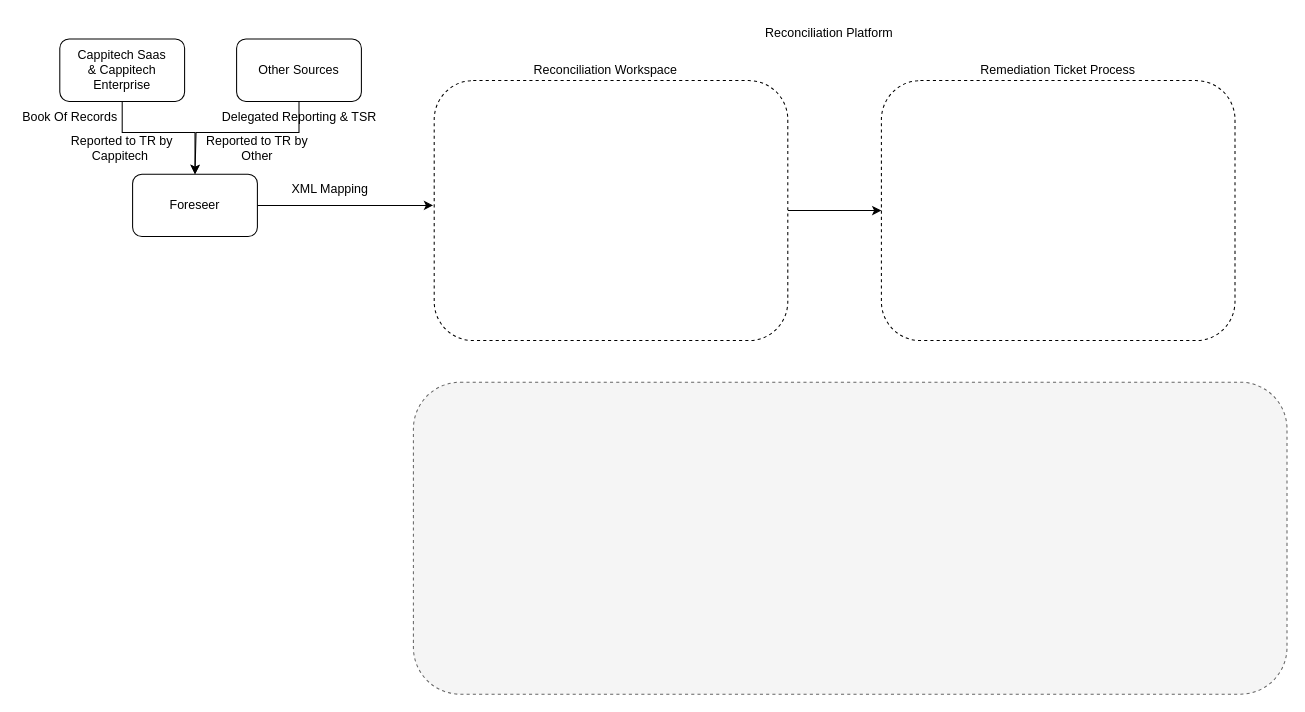
The draw.io diagram Cappitech.drawio in namanchopra21087/design-documents, before the edit. Source tidied: cells renumbered, new cells numbered last; positions are measured from the earlier drawing's top-left corner, leaving out a move shared by most shapes. Both pictures are drawn from the tidied source at 104%, with x=0, y=0 at pixel (18, 18).
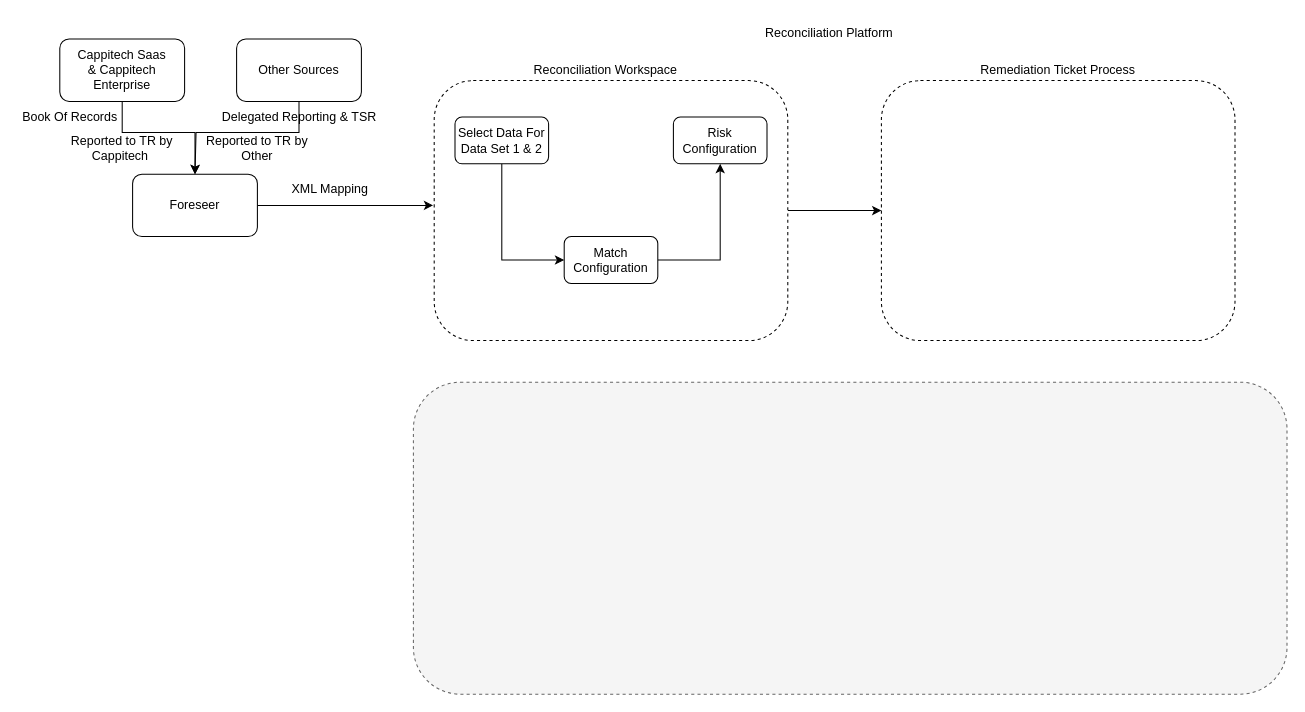
The same page after the edit.

What changed in the source:
```diff
@@
+    <mxCell id="20" style="edgeStyle=orthogonalEdgeStyle;rounded=0;jettySize=auto;html=1;entryX=0;entryY=0.5;entryDx=0;entryDy=0;exitX=0.5;exitY=1;exitDx=0;exitDy=0;" parent="1" edge="1" source="21" target="23">
+      <mxGeometry relative="1" as="geometry" />
+    </mxCell>
+    <mxCell id="21" value="Select Data F&lt;span style=&quot;background-color: initial;&quot;&gt;or&lt;/span&gt;&lt;div&gt;Data Set 1 &amp;amp; 2&lt;/div&gt;" style="rounded=1;whiteSpace=wrap;html=1;" parent="1" vertex="1">
+      <mxGeometry x="420" y="95" width="90" height="45" as="geometry" />
+    </mxCell>
+    <mxCell id="22" style="edgeStyle=orthogonalEdgeStyle;rounded=0;jettySize=auto;html=1;entryX=0.5;entryY=1;entryDx=0;entryDy=0;" parent="1" edge="1" source="23" target="24">
+      <mxGeometry relative="1" as="geometry" />
+    </mxCell>
+    <mxCell id="23" value="Match Configuration" style="rounded=1;whiteSpace=wrap;html=1;" parent="1" vertex="1">
+      <mxGeometry x="525" y="210" width="90" height="45" as="geometry" />
+    </mxCell>
+    <mxCell id="24" value="Risk Configuration" style="rounded=1;whiteSpace=wrap;html=1;" parent="1" vertex="1">
+      <mxGeometry x="630" y="95" width="90" height="45" as="geometry" />
+    </mxCell>
```
